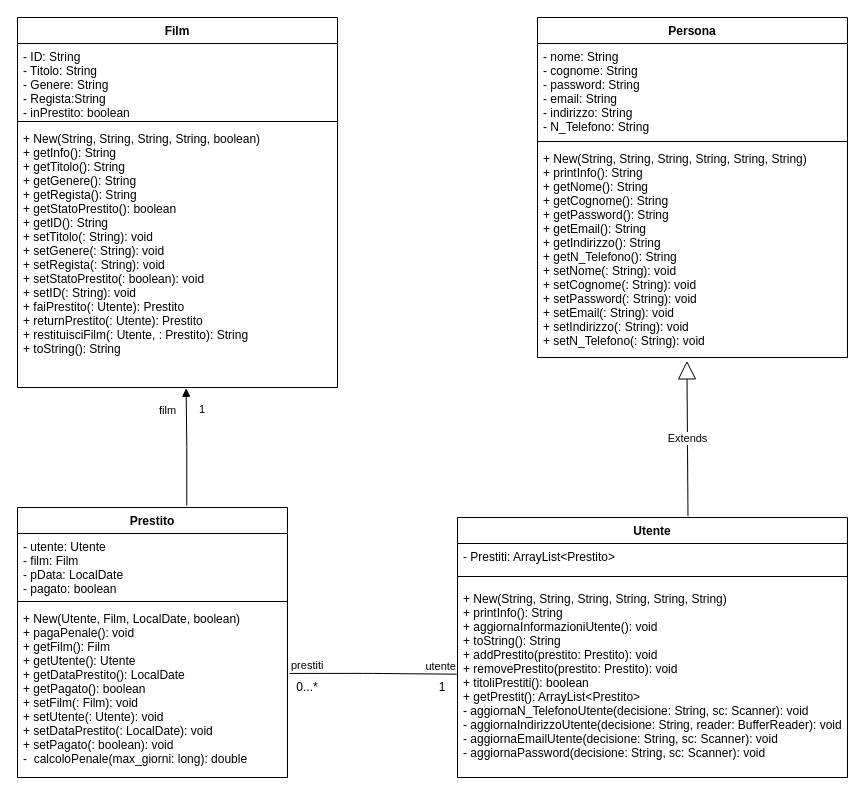
SilviaMastracci/PrestitoFilm keeps this draw.io diagram as UML.drawio. Above is the earlier version. Source tidied: cells renumbered, new cells numbered last; positions are measured from the earlier drawing's top-left corner, leaving out a move shared by most shapes. Both pictures are drawn from the tidied source at 100%, with x=0, y=0 at pixel (17, 17).
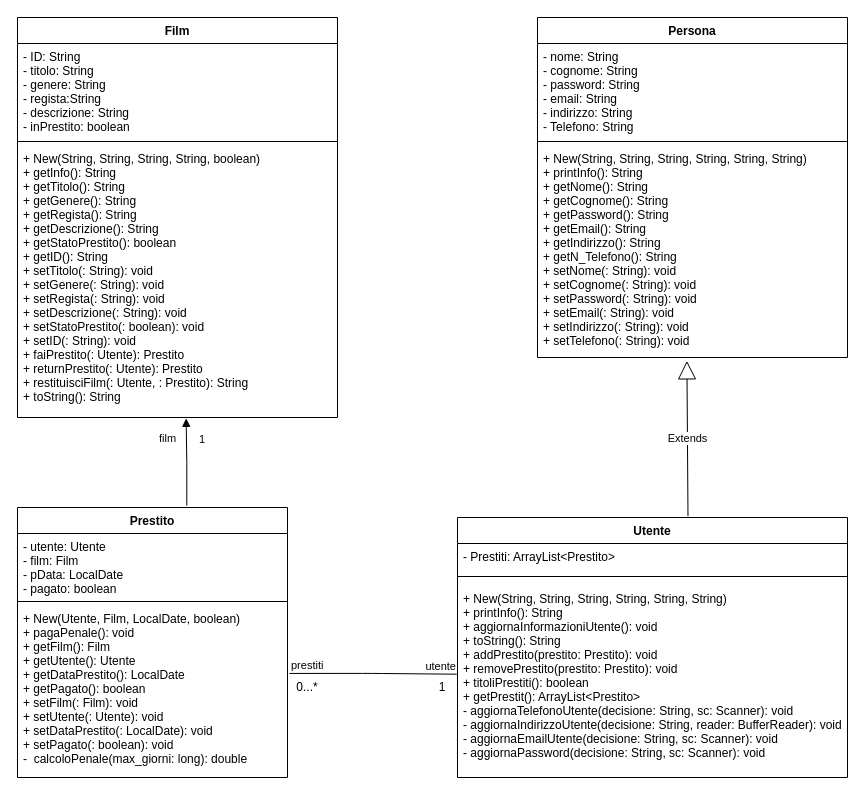
The same page after the edit.

The change refers to these unchanged cells:
```xml
<mxCell id="6" value="Persona" style="swimlane;fontStyle=1;align=center;verticalAlign=top;horizontal=1;startSize=26;" parent="1" vertex="1">
  <mxGeometry x="520" width="310" height="340" as="geometry" />
</mxCell>
<mxCell id="14" value="Utente" style="swimlane;fontStyle=1;align=center;verticalAlign=top;horizontal=1;startSize=26;" parent="1" vertex="1">
  <mxGeometry x="440" y="500" width="390" height="260" as="geometry" />
</mxCell>
<mxCell id="22" value="film" style="endArrow=block;endFill=1;html=1;edgeStyle=orthogonalEdgeStyle;align=left;verticalAlign=top;rounded=0;entryX=0.527;entryY=1.003;entryDx=0;entryDy=0;entryPerimeter=0;exitX=0.627;exitY=-0.007;exitDx=0;exitDy=0;exitPerimeter=0;" parent="1" edge="1" source="10" target="5">
  <mxGeometry x="0.84" y="29" relative="1" as="geometry" />
</mxCell>
```

Diff of the diagram source:
```diff
@@
     <mxCell id="2" value="Film" style="swimlane;fontStyle=1;align=center;verticalAlign=top;horizontal=1;startSize=26;" parent="1" vertex="1">
-      <mxGeometry width="320" height="370" as="geometry" />
+      <mxGeometry width="320" height="400" as="geometry" />
     </mxCell>
-    <mxCell id="3" value="- ID: String&#10;- Titolo: String&#10;- Genere: String&#10;- Regista:String&#10;- inPrestito: boolean" style="text;strokeColor=none;fillColor=none;align=left;verticalAlign=top;spacingLeft=4;spacingRight=4;overflow=hidden;" parent="2" vertex="1">
-      <mxGeometry y="26" width="320" height="74" as="geometry" />
+    <mxCell id="3" value="- ID: String&#10;- titolo: String&#10;- genere: String&#10;- regista:String&#10;- descrizione: String&#10;- inPrestito: boolean" style="text;strokeColor=none;fillColor=none;align=left;verticalAlign=top;spacingLeft=4;spacingRight=4;overflow=hidden;" parent="2" vertex="1">
+      <mxGeometry y="26" width="320" height="94" as="geometry" />
     </mxCell>
     <mxCell id="4" style="line;strokeWidth=1;fillColor=none;align=left;verticalAlign=middle;spacingTop=-1;spacingLeft=3;spacingRight=3;labelPosition=right;strokeColor=inherit;" parent="2" vertex="1">
-      <mxGeometry y="100" width="320" height="8" as="geometry" />
+      <mxGeometry y="120" width="320" height="8" as="geometry" />
     </mxCell>
-    <mxCell id="5" value="+ New(String, String, String, String, boolean)&#10;+ getInfo(): String&#10;+ getTitolo(): String&#10;+ getGenere(): String&#10;+ getRegista(): String&#10;+ getStatoPrestito(): boolean&#10;+ getID(): String&#10;+ setTitolo(: String): void&#10;+ setGenere(: String): void&#10;+ setRegista(: String): void&#10;+ setStatoPrestito(: boolean): void&#10;+ setID(: String): void&#10;+ faiPrestito(: Utente): Prestito&#10;+ returnPrestito(: Utente): Prestito&#10;+ restituisciFilm(: Utente, : Prestito): String&#10;+ toString(): String" style="text;strokeColor=none;fillColor=none;align=left;verticalAlign=top;spacingLeft=4;spacingRight=4;overflow=hidden;points=[[0,0.5],[1,0.5]];portConstraint=eastwest;" parent="2" vertex="1">
-      <mxGeometry y="108" width="320" height="262" as="geometry" />
+    <mxCell id="5" value="+ New(String, String, String, String, boolean)&#10;+ getInfo(): String&#10;+ getTitolo(): String&#10;+ getGenere(): String&#10;+ getRegista(): String&#10;+ getDescrizione(): String&#10;+ getStatoPrestito(): boolean&#10;+ getID(): String&#10;+ setTitolo(: String): void&#10;+ setGenere(: String): void&#10;+ setRegista(: String): void&#10;+ setDescrizione(: String): void&#10;+ setStatoPrestito(: boolean): void&#10;+ setID(: String): void&#10;+ faiPrestito(: Utente): Prestito&#10;+ returnPrestito(: Utente): Prestito&#10;+ restituisciFilm(: Utente, : Prestito): String&#10;+ toString(): String" style="text;strokeColor=none;fillColor=none;align=left;verticalAlign=top;spacingLeft=4;spacingRight=4;overflow=hidden;points=[[0,0.5],[1,0.5]];portConstraint=eastwest;" parent="2" vertex="1">
+      <mxGeometry y="128" width="320" height="272" as="geometry" />
     </mxCell>
@@
-    <mxCell id="7" value="- nome: String&#10;- cognome: String&#10;- password: String&#10;- email: String&#10;- indirizzo: String&#10;- N_Telefono: String" style="text;strokeColor=none;fillColor=none;align=left;verticalAlign=top;spacingLeft=4;spacingRight=4;overflow=hidden;" parent="6" vertex="1">
+    <mxCell id="7" value="- nome: String&#10;- cognome: String&#10;- password: String&#10;- email: String&#10;- indirizzo: String&#10;- Telefono: String" style="text;strokeColor=none;fillColor=none;align=left;verticalAlign=top;spacingLeft=4;spacingRight=4;overflow=hidden;" parent="6" vertex="1">
       <mxGeometry y="26" width="310" height="94" as="geometry" />
     </mxCell>
@@
-    <mxCell id="9" value="+ New(String, String, String, String, String, String)&#10;+ printInfo(): String&#10;+ getNome(): String&#10;+ getCognome(): String&#10;+ getPassword(): String&#10;+ getEmail(): String&#10;+ getIndirizzo(): String&#10;+ getN_Telefono(): String&#10;+ setNome(: String): void&#10;+ setCognome(: String): void&#10;+ setPassword(: String): void&#10;+ setEmail(: String): void&#10;+ setIndirizzo(: String): void&#10;+ setN_Telefono(: String): void&#10;" style="text;strokeColor=none;fillColor=none;align=left;verticalAlign=top;spacingLeft=4;spacingRight=4;overflow=hidden;points=[[0,0.5],[1,0.5]];portConstraint=eastwest;" parent="6" vertex="1">
+    <mxCell id="9" value="+ New(String, String, String, String, String, String)&#10;+ printInfo(): String&#10;+ getNome(): String&#10;+ getCognome(): String&#10;+ getPassword(): String&#10;+ getEmail(): String&#10;+ getIndirizzo(): String&#10;+ getN_Telefono(): String&#10;+ setNome(: String): void&#10;+ setCognome(: String): void&#10;+ setPassword(: String): void&#10;+ setEmail(: String): void&#10;+ setIndirizzo(: String): void&#10;+ setTelefono(: String): void&#10;" style="text;strokeColor=none;fillColor=none;align=left;verticalAlign=top;spacingLeft=4;spacingRight=4;overflow=hidden;points=[[0,0.5],[1,0.5]];portConstraint=eastwest;" parent="6" vertex="1">
       <mxGeometry y="128" width="310" height="212" as="geometry" />
     </mxCell>
@@
-    <mxCell id="17" value="+ New(String, String, String, String, String, String)&#10;+ printInfo(): String&#10;+ aggiornaInformazioniUtente(): void&#10;+ toString(): String&#10;+ addPrestito(prestito: Prestito): void&#10;+ removePrestito(prestito: Prestito): void&#10;+ titoliPrestiti(): boolean&#10;+ getPrestit(): ArrayList&lt;Prestito&gt;&#10;- aggiornaN_TelefonoUtente(decisione: String, sc: Scanner): void&#10;- aggiornaIndirizzoUtente(decisione: String, reader: BufferReader): void&#10;- aggiornaEmailUtente(decisione: String, sc: Scanner): void&#10;- aggiornaPassword(decisione: String, sc: Scanner): void" style="text;strokeColor=none;fillColor=none;align=left;verticalAlign=top;spacingLeft=4;spacingRight=4;overflow=hidden;points=[[0,0.5],[1,0.5]];portConstraint=eastwest;" parent="14" vertex="1">
+    <mxCell id="17" value="+ New(String, String, String, String, String, String)&#10;+ printInfo(): String&#10;+ aggiornaInformazioniUtente(): void&#10;+ toString(): String&#10;+ addPrestito(prestito: Prestito): void&#10;+ removePrestito(prestito: Prestito): void&#10;+ titoliPrestiti(): boolean&#10;+ getPrestit(): ArrayList&lt;Prestito&gt;&#10;- aggiornaTelefonoUtente(decisione: String, sc: Scanner): void&#10;- aggiornaIndirizzoUtente(decisione: String, reader: BufferReader): void&#10;- aggiornaEmailUtente(decisione: String, sc: Scanner): void&#10;- aggiornaPassword(decisione: String, sc: Scanner): void" style="text;strokeColor=none;fillColor=none;align=left;verticalAlign=top;spacingLeft=4;spacingRight=4;overflow=hidden;points=[[0,0.5],[1,0.5]];portConstraint=eastwest;" parent="14" vertex="1">
       <mxGeometry y="68" width="390" height="192" as="geometry" />
     </mxCell>
@@
     <mxCell id="23" value="1" style="edgeLabel;html=1;align=left;verticalAlign=bottom;" parent="22" vertex="1">
       <mxGeometry x="-1" relative="1" as="geometry">
-        <mxPoint x="11" y="-88" as="offset" />
+        <mxPoint x="11" y="-58" as="offset" />
       </mxGeometry>
     </mxCell>
```
